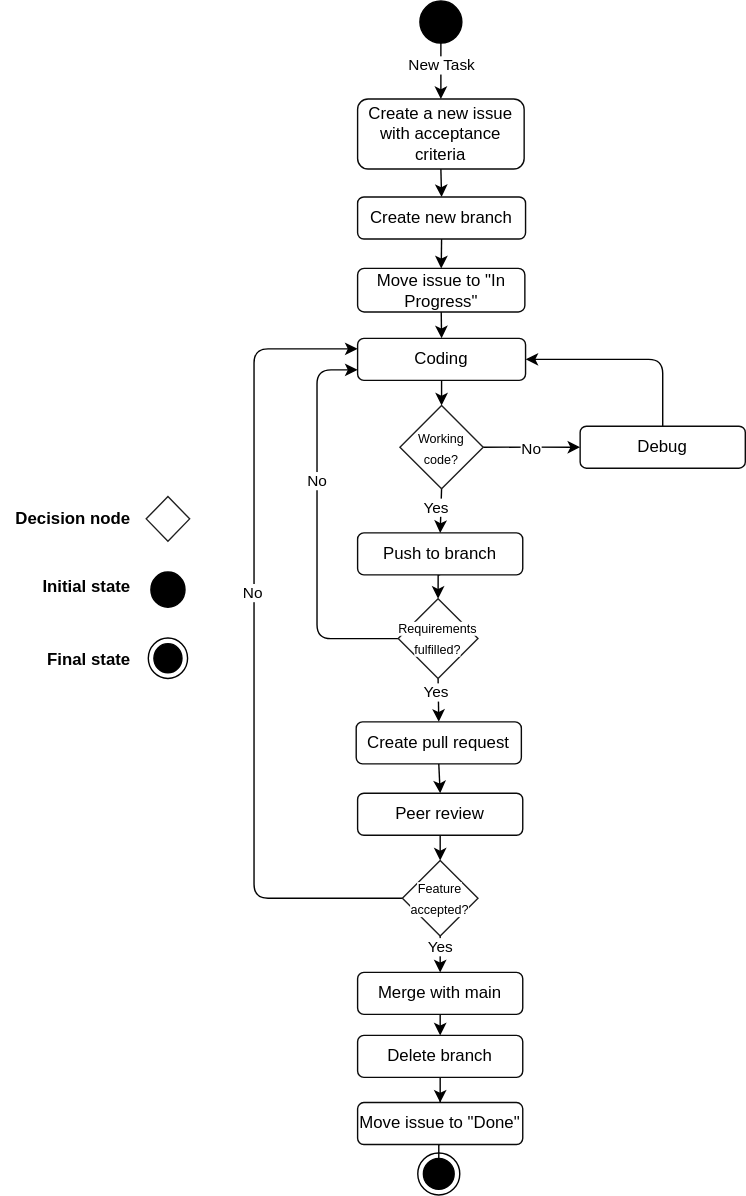
This is docs/Diagrams/TeamworkDiagram.drawio.svg from ITU-BDSA2024-GROUP22/Chirp, a draw.io export, as it was before one commit. Source tidied: cells renumbered, new cells last; positions are measured from the earlier drawing's top-left corner, leaving out a move shared by most shapes.
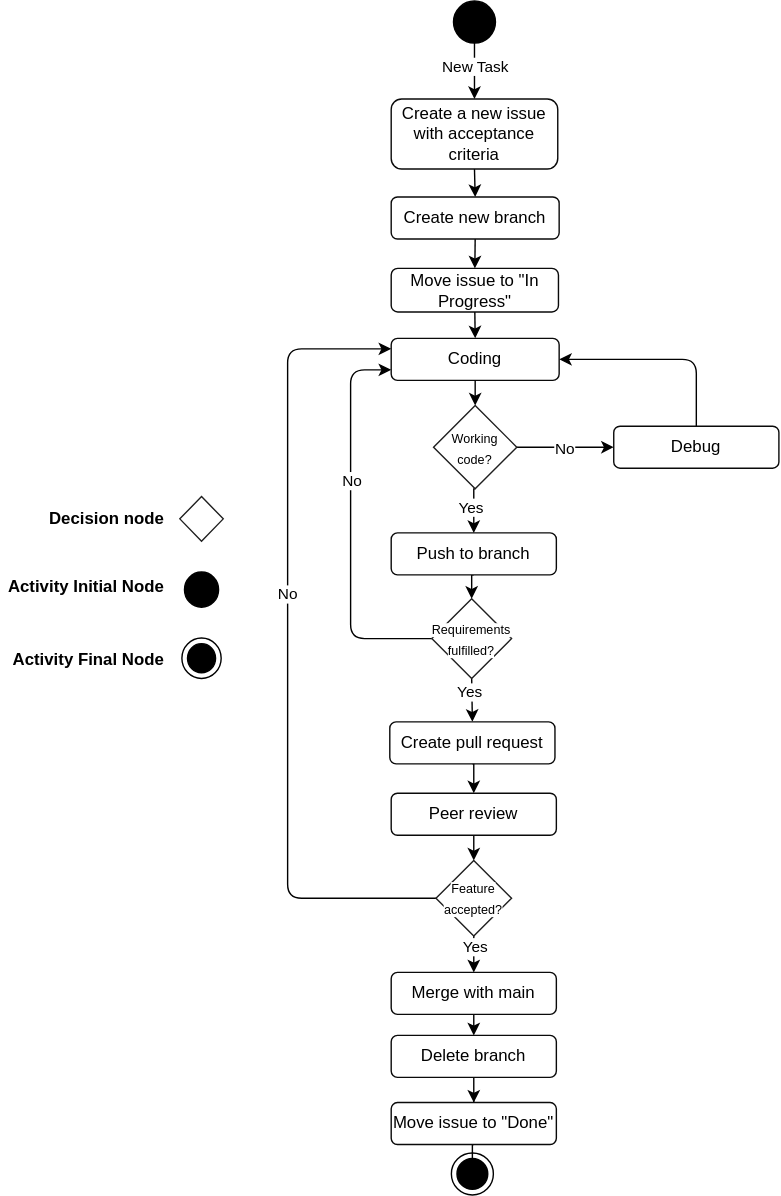
The same file after the commit.

Commit message:
activity final node

Diff of the diagram source:
```diff
@@ -160,11 +160,11 @@
     <mxCell id="47" value="Decision node" style="text;html=1;align=right;verticalAlign=middle;strokeColor=none;fillColor=none;fontColor=#000000;fontStyle=1;" parent="43" vertex="1">
       <mxGeometry y="3" width="94" height="26" as="geometry" />
     </mxCell>
-    <mxCell id="48" value="Initial state" style="text;html=1;align=right;verticalAlign=middle;strokeColor=none;fillColor=none;fontColor=#000000;fontStyle=1;" parent="43" vertex="1">
-      <mxGeometry x="19" y="52" width="75" height="26" as="geometry" />
+    <mxCell id="48" value="Activity Initial Node" style="text;html=1;align=right;verticalAlign=middle;strokeColor=none;fillColor=none;fontColor=#000000;fontStyle=1;" parent="43" vertex="1">
+      <mxGeometry x="-25" y="52" width="119" height="26" as="geometry" />
     </mxCell>
-    <mxCell id="49" value="Final state" style="text;html=1;align=right;verticalAlign=middle;strokeColor=none;fillColor=none;fontColor=#000000;fontStyle=1;" parent="43" vertex="1">
-      <mxGeometry x="21" y="104" width="73" height="26" as="geometry" />
+    <mxCell id="49" value="Activity Final Node" style="text;html=1;align=right;verticalAlign=middle;strokeColor=none;fillColor=none;fontColor=#000000;fontStyle=1;" parent="43" vertex="1">
+      <mxGeometry x="-23" y="104" width="117" height="26" as="geometry" />
     </mxCell>
   </root>
 </mxGraphModel>
```
